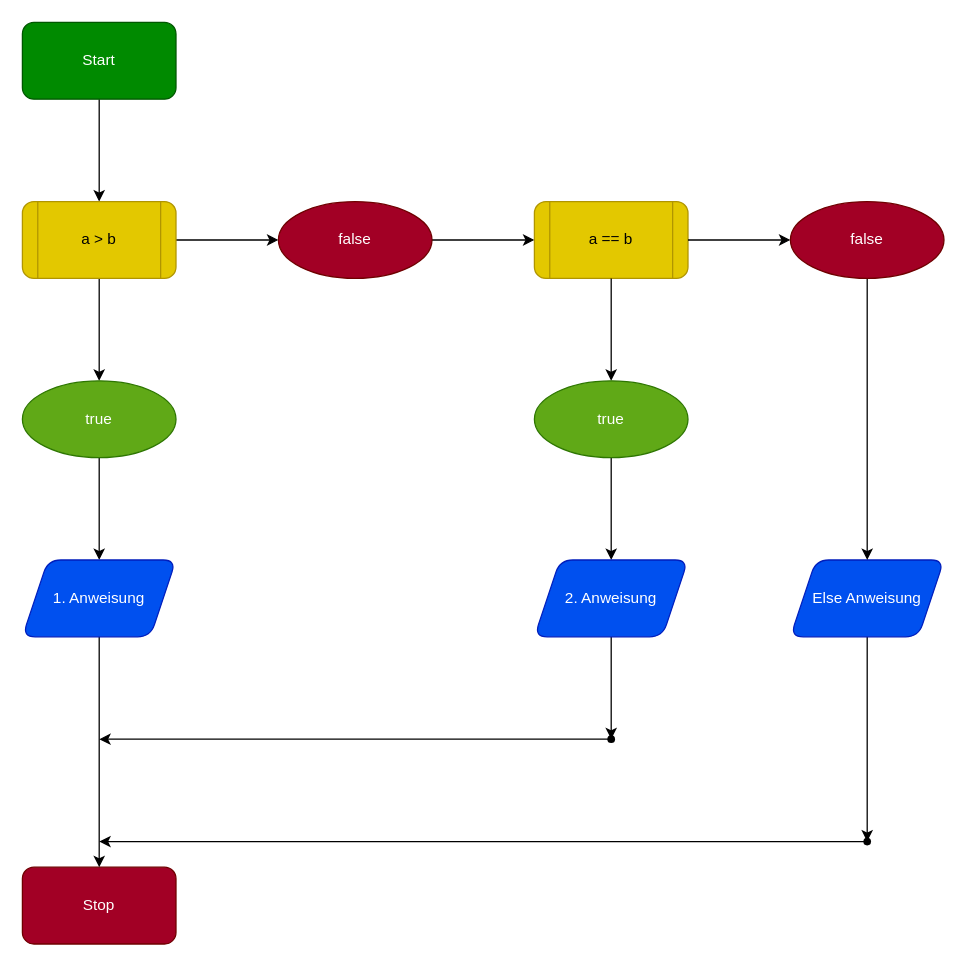
Before: page "IF ELSEIF ELSE Statement" (3 of 3) of pap.drawio in CC-Crazy-Students-Community/03_Entscheidungsstrukturen, a draw.io diagram. Source tidied: cells renumbered, new cells numbered last; positions are measured from the earlier drawing's top-left corner, leaving out a move shared by most shapes. Both pictures are drawn from the tidied source at 128%, with x=0, y=0 at pixel (22, 22).
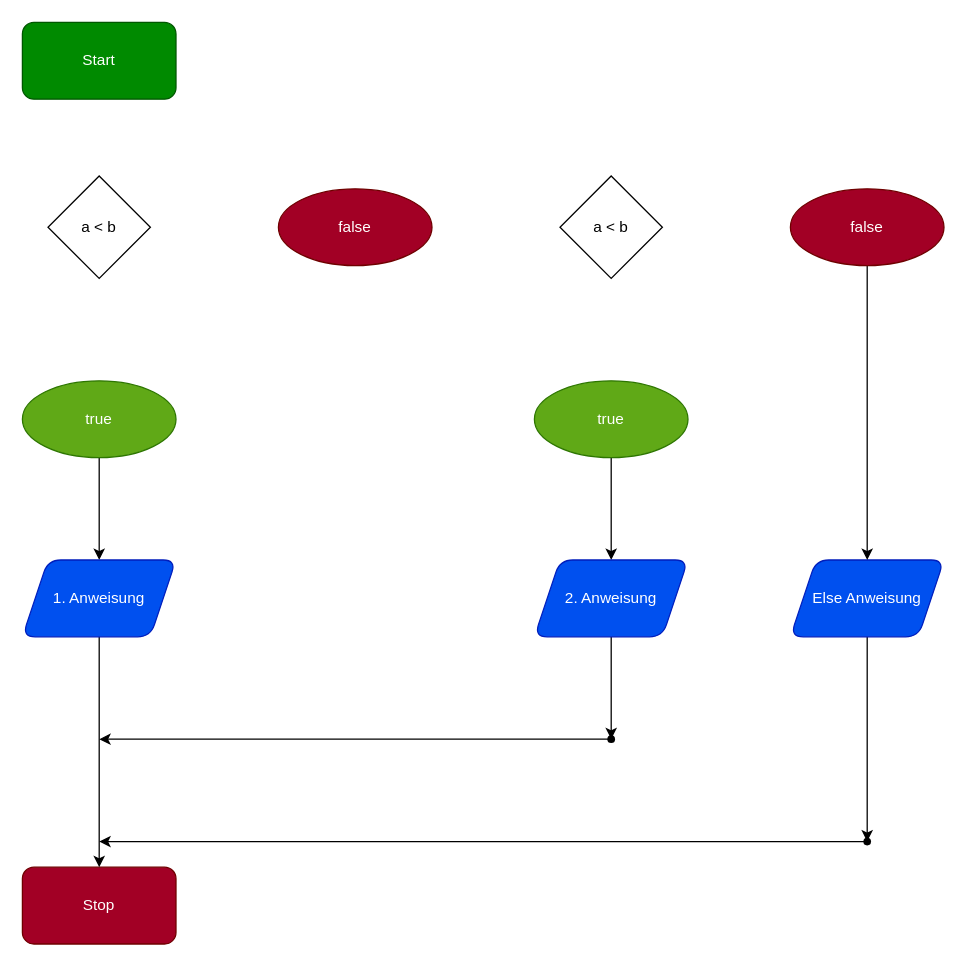
The same diagram, later.

Unchanged cells that the change refers to:
```xml
<mxCell id="3" value="Start" style="rounded=1;whiteSpace=wrap;html=1;fillColor=#008a00;fontColor=#ffffff;strokeColor=#005700;" parent="1" vertex="1">
  <mxGeometry width="120" height="60" as="geometry" />
</mxCell>
<mxCell id="9" value="true" style="ellipse;whiteSpace=wrap;html=1;rounded=1;fillColor=#60a917;strokeColor=#2D7600;fontColor=#ffffff;" parent="1" vertex="1">
  <mxGeometry y="280" width="120" height="60" as="geometry" />
</mxCell>
<mxCell id="22" value="true" style="ellipse;whiteSpace=wrap;html=1;rounded=1;fillColor=#60a917;strokeColor=#2D7600;fontColor=#ffffff;" parent="1" vertex="1">
  <mxGeometry x="400" y="280" width="120" height="60" as="geometry" />
</mxCell>
```

Change to the diagram source:
```diff
@@
-    <mxCell id="2" style="edgeStyle=none;html=1;" parent="1" edge="1" source="3" target="7">
-      <mxGeometry relative="1" as="geometry" />
-    </mxCell>
@@
-    <mxCell id="5" style="edgeStyle=none;html=1;" parent="1" edge="1" source="7" target="9">
-      <mxGeometry relative="1" as="geometry" />
-    </mxCell>
-    <mxCell id="6" style="edgeStyle=none;html=1;" parent="1" edge="1" source="7" target="13">
-      <mxGeometry relative="1" as="geometry" />
-    </mxCell>
-    <mxCell id="7" value="a &amp;gt; b" style="shape=process;whiteSpace=wrap;html=1;backgroundOutline=1;rounded=1;fillColor=#e3c800;fontColor=#000000;strokeColor=#B09500;" parent="1" vertex="1">
-      <mxGeometry y="140" width="120" height="60" as="geometry" />
-    </mxCell>
@@
-    <mxCell id="12" style="edgeStyle=none;html=1;" parent="1" edge="1" source="13" target="16">
-      <mxGeometry relative="1" as="geometry" />
-    </mxCell>
     <mxCell id="13" value="false" style="ellipse;whiteSpace=wrap;html=1;rounded=1;fillColor=#a20025;fontColor=#ffffff;strokeColor=#6F0000;" parent="1" vertex="1">
-      <mxGeometry x="200" y="140" width="120" height="60" as="geometry" />
+      <mxGeometry x="200" y="130" width="120" height="60" as="geometry" />
     </mxCell>
@@
-    <mxCell id="16" value="a == b" style="shape=process;whiteSpace=wrap;html=1;backgroundOutline=1;fillColor=#e3c800;strokeColor=#B09500;fontColor=#000000;rounded=1;" parent="1" vertex="1">
-      <mxGeometry x="400" y="140" width="120" height="60" as="geometry" />
-    </mxCell>
-    <mxCell id="17" style="edgeStyle=none;html=1;" parent="1" edge="1" target="19">
-      <mxGeometry relative="1" as="geometry">
-        <mxPoint x="520" y="170" as="sourcePoint" />
-      </mxGeometry>
-    </mxCell>
@@
     <mxCell id="19" value="false" style="ellipse;whiteSpace=wrap;html=1;rounded=1;fillColor=#a20025;fontColor=#ffffff;strokeColor=#6F0000;" parent="1" vertex="1">
-      <mxGeometry x="600" y="140" width="120" height="60" as="geometry" />
+      <mxGeometry x="600" y="130" width="120" height="60" as="geometry" />
     </mxCell>
-    <mxCell id="20" style="edgeStyle=none;html=1;" parent="1" edge="1" target="22">
-      <mxGeometry relative="1" as="geometry">
-        <mxPoint x="460" y="200" as="sourcePoint" />
-      </mxGeometry>
-    </mxCell>
@@
+    <mxCell id="29" value="a &amp;lt; b" style="rhombus;whiteSpace=wrap;html=1;" parent="1" vertex="1">
+      <mxGeometry x="20" y="120" width="80" height="80" as="geometry" />
+    </mxCell>
+    <mxCell id="30" value="a &amp;lt; b" style="rhombus;whiteSpace=wrap;html=1;" parent="1" vertex="1">
+      <mxGeometry x="420" y="120" width="80" height="80" as="geometry" />
+    </mxCell>
```
